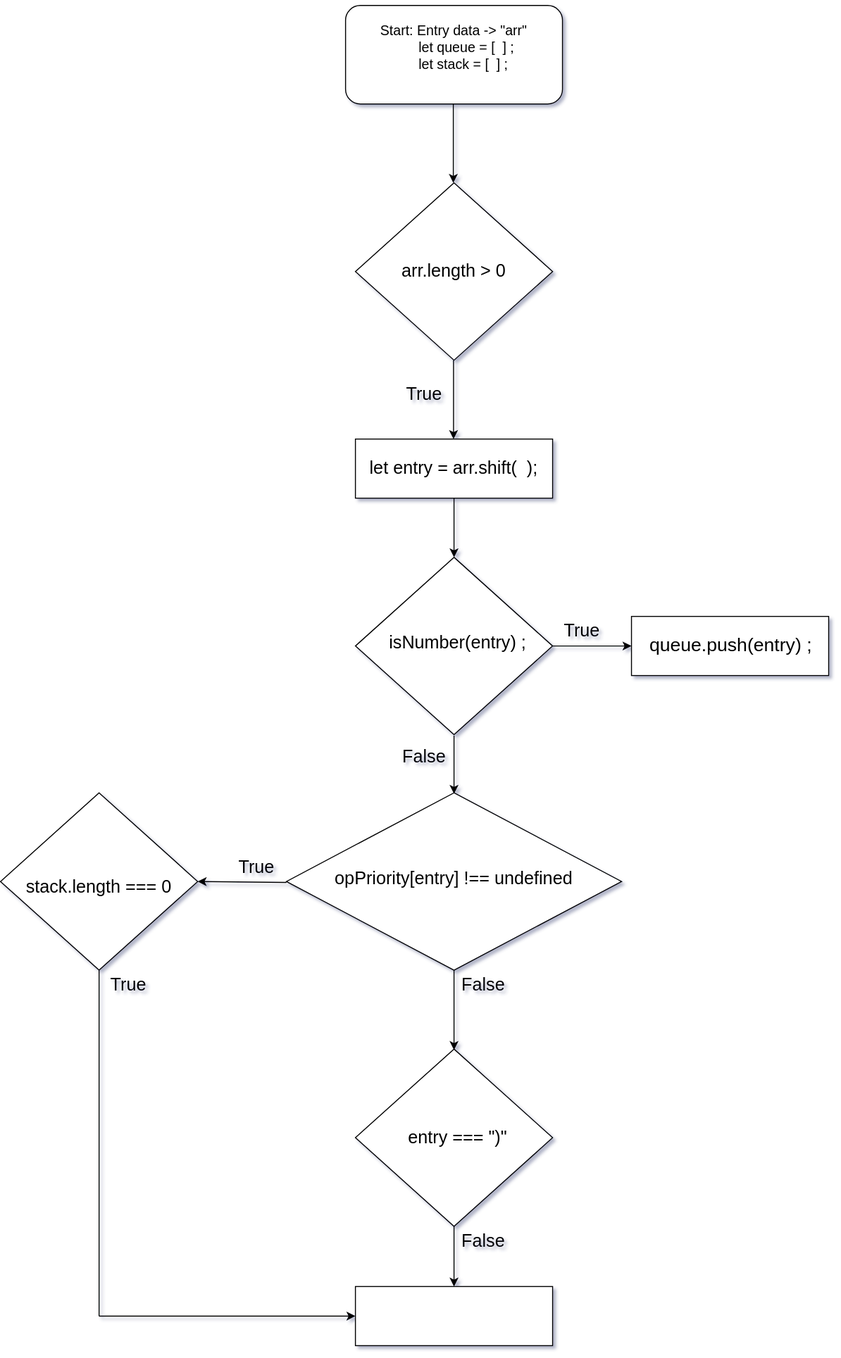
The draw.io diagram Untitled Diagram.drawio.svg in jcgm3205/jcgm3205, before a commit. Source tidied: cells renumbered, new cells last; positions are measured from the earlier drawing's top-left corner, leaving out a move shared by most shapes.
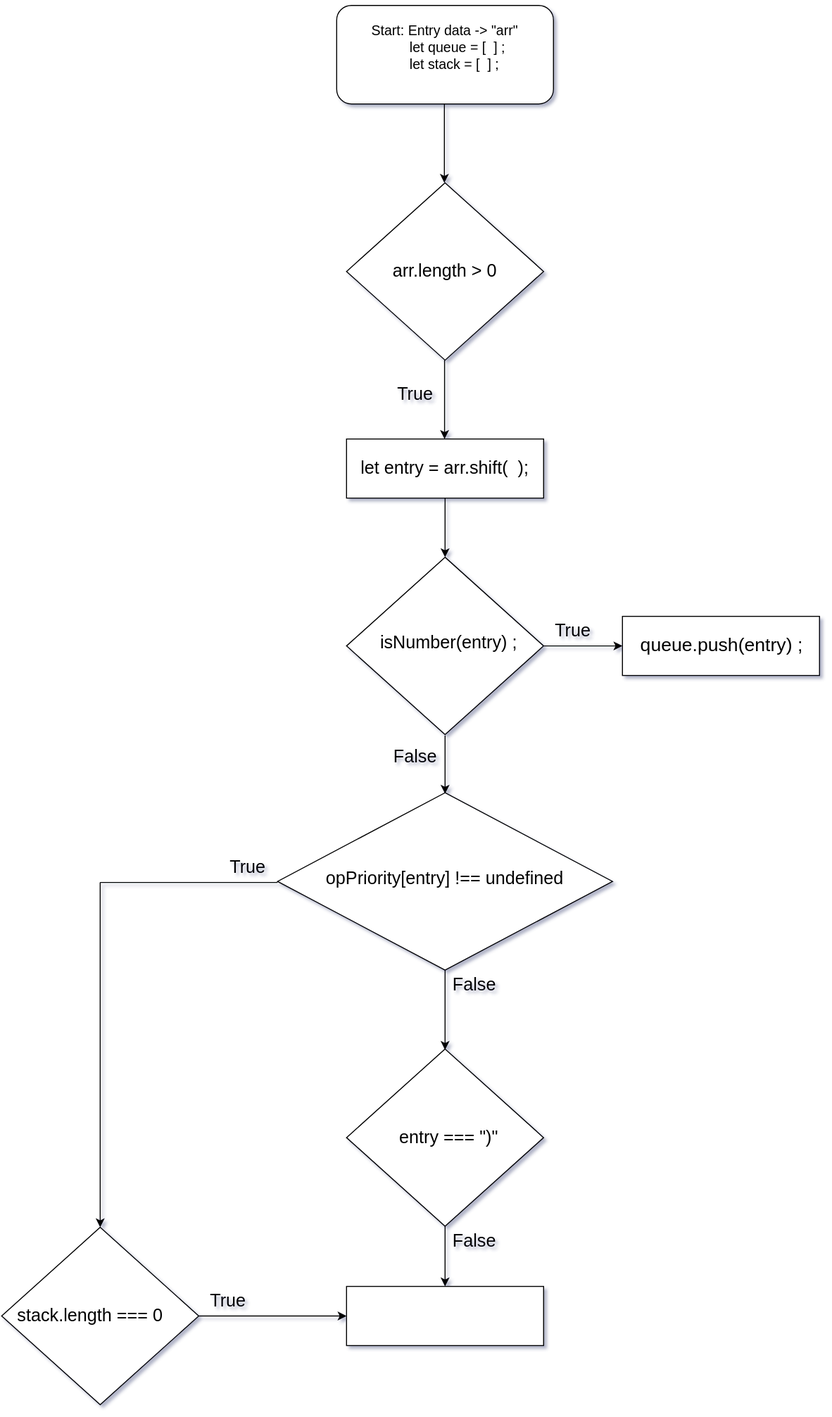
Later version of the same file.

Change to the diagram source:
```diff
@@ -56,13 +56,8 @@
     <mxCell id="16" value="opPriority[entry] !== undefined" style="text;html=1;strokeColor=none;fillColor=none;align=center;verticalAlign=middle;whiteSpace=wrap;rounded=0;fontSize=18;" parent="1" vertex="1">
       <mxGeometry x="330" y="851" width="260" height="80" as="geometry" />
     </mxCell>
-    <mxCell id="17" style="endArrow=classic;html=1;rounded=0;fontSize=18;entryX=1;entryY=0.5;entryDx=0;entryDy=0;" parent="1" edge="1" target="18">
-      <mxGeometry relative="1" as="geometry">
-        <mxPoint x="290" y="895" as="sourcePoint" />
-      </mxGeometry>
-    </mxCell>
     <mxCell id="18" style="rhombus;whiteSpace=wrap;html=1;fontSize=14;" parent="1" vertex="1">
-      <mxGeometry y="804" width="200" height="180" as="geometry" />
+      <mxGeometry x="10" y="1245" width="200" height="180" as="geometry" />
     </mxCell>
     <mxCell id="19" style="endArrow=classic;html=1;rounded=0;" parent="1" edge="1">
       <mxGeometry relative="1" as="geometry">
@@ -113,24 +108,29 @@
       <mxGeometry x="360" y="1305" width="200" height="60" as="geometry" />
     </mxCell>
     <mxCell id="31" value="&lt;font style=&quot;font-size: 18px&quot;&gt;stack.length === 0&lt;/font&gt;" style="text;html=1;strokeColor=none;fillColor=none;align=center;verticalAlign=middle;whiteSpace=wrap;rounded=0;fontSize=15;strokeWidth=2;" parent="1" vertex="1">
-      <mxGeometry x="10" y="885" width="180" height="30" as="geometry" />
+      <mxGeometry x="10" y="1320" width="180" height="30" as="geometry" />
     </mxCell>
     <mxCell id="32" value="True" style="text;html=1;strokeColor=none;fillColor=none;align=center;verticalAlign=middle;whiteSpace=wrap;rounded=0;fontSize=18;" parent="1" vertex="1">
       <mxGeometry x="230" y="865" width="60" height="30" as="geometry" />
     </mxCell>
     <mxCell id="33" value="True" style="text;html=1;strokeColor=none;fillColor=none;align=center;verticalAlign=middle;whiteSpace=wrap;rounded=0;fontSize=18;" parent="1" vertex="1">
-      <mxGeometry x="100" y="984" width="60" height="30" as="geometry" />
+      <mxGeometry x="210" y="1305" width="60" height="30" as="geometry" />
     </mxCell>
-    <mxCell id="34" style="endArrow=none;html=1;rounded=0;fontSize=18;" parent="1" edge="1">
-      <mxGeometry relative="1" as="geometry">
-        <mxPoint x="100" y="1335" as="sourcePoint" />
-        <mxPoint x="100" y="984" as="targetPoint" />
-      </mxGeometry>
-    </mxCell>
     <mxCell id="35" style="endArrow=classic;html=1;rounded=0;fontSize=18;entryX=0;entryY=0.5;entryDx=0;entryDy=0;" parent="1" edge="1" target="30">
       <mxGeometry relative="1" as="geometry">
-        <mxPoint x="100" y="1335" as="sourcePoint" />
+        <mxPoint x="210" y="1335" as="sourcePoint" />
       </mxGeometry>
     </mxCell>
+    <mxCell id="36" style="endArrow=classic;html=1;rounded=0;fontSize=18;entryX=0.5;entryY=0;entryDx=0;entryDy=0;" parent="1" edge="1" target="18">
+      <mxGeometry relative="1" as="geometry">
+        <mxPoint x="110" y="895" as="sourcePoint" />
+      </mxGeometry>
+    </mxCell>
+    <mxCell id="37" style="endArrow=none;html=1;rounded=0;fontSize=18;" parent="1" edge="1">
+      <mxGeometry relative="1" as="geometry">
+        <mxPoint x="290" y="895" as="sourcePoint" />
+        <mxPoint x="110" y="895" as="targetPoint" />
+      </mxGeometry>
+    </mxCell>
   </root>
 </mxGraphModel>
```
